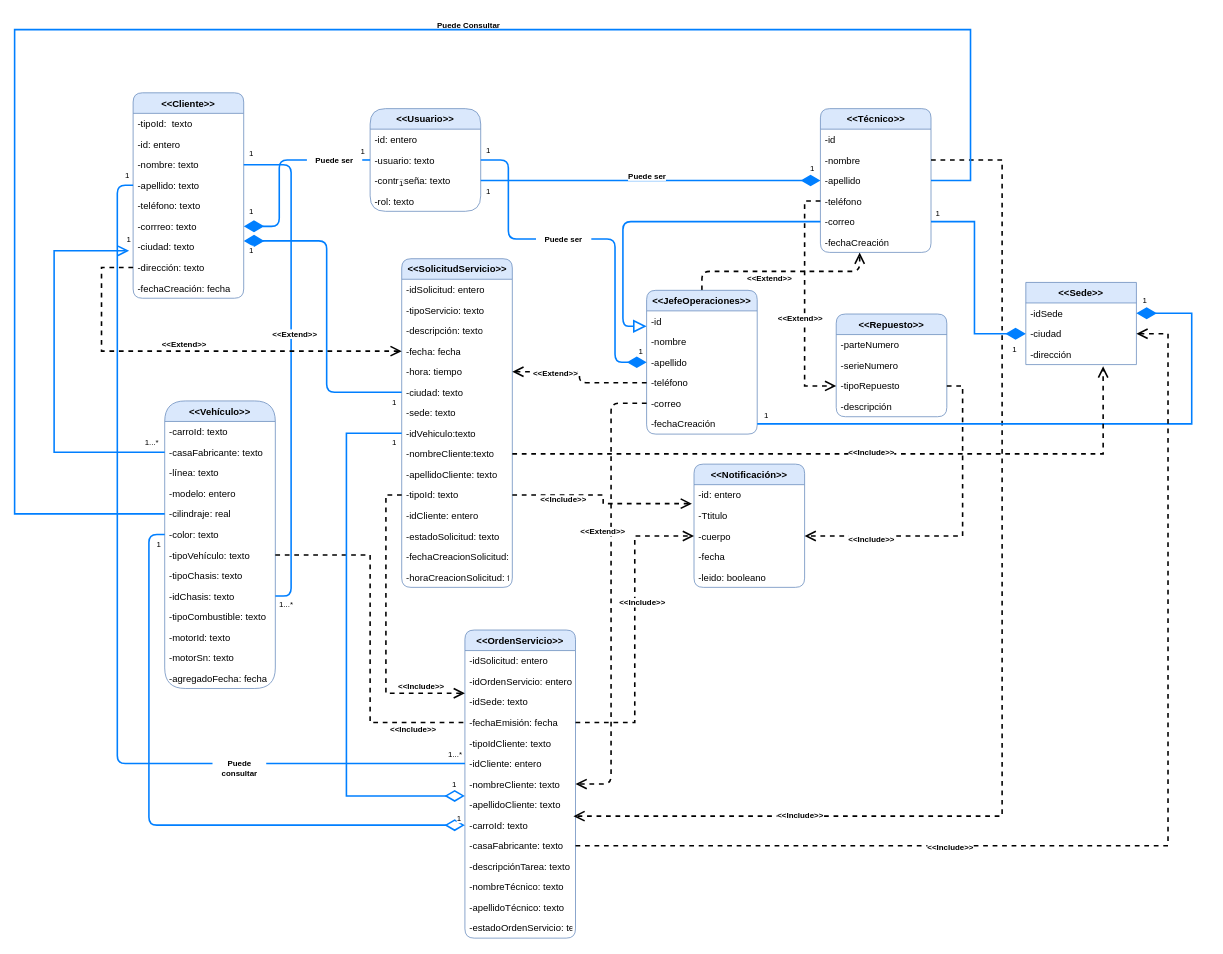
Before: Diagrama_sima.drawio in Equipo9-G10/sima, a draw.io diagram. Source tidied: cells renumbered, new cells numbered last; positions are measured from the earlier drawing's top-left corner, leaving out a move shared by most shapes. Both pictures are drawn from the tidied source at 79%, with x=0, y=0 at pixel (14, 13).
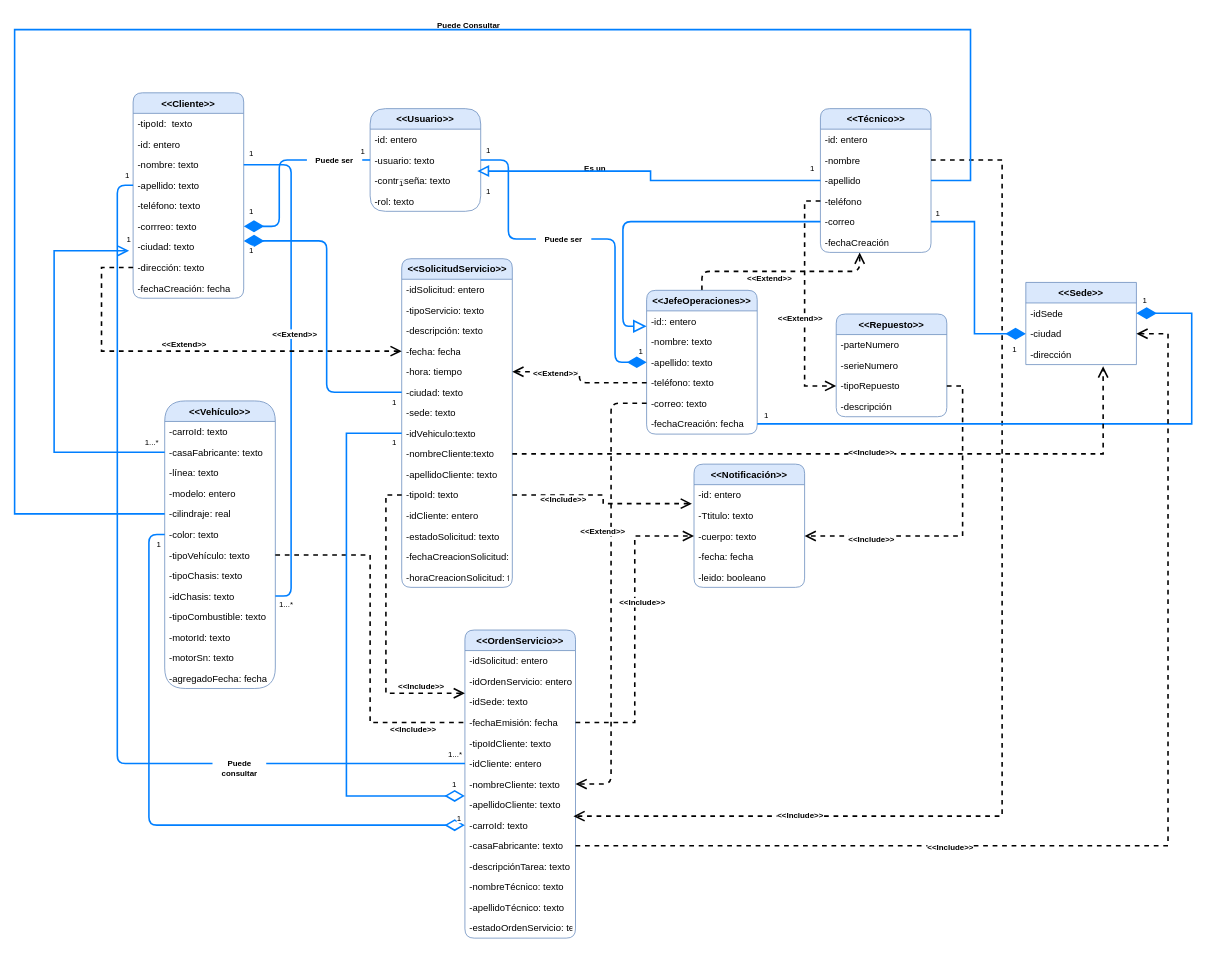
After the change.

Unchanged cells that the change refers to:
```xml
<mxCell id="15" value="-contraseña: texto" style="text;strokeColor=none;fillColor=none;align=left;verticalAlign=top;spacingLeft=4;spacingRight=4;overflow=hidden;points=[[0,0.5],[1,0.5]];portConstraint=eastwest;rounded=1;" parent="12" vertex="1">
  <mxGeometry y="78" width="140" height="26" as="geometry" />
</mxCell>
<mxCell id="21" value="&lt;&lt;JefeOperaciones&gt;&gt;" style="swimlane;fontStyle=1;horizontal=1;startSize=26;fillColor=#dae8fc;rounded=1;labelBackgroundColor=none;fontSize=12;strokeColor=#6c8ebf;" parent="1" vertex="1">
  <mxGeometry x="800" y="350" width="140" height="182" as="geometry" />
</mxCell>
<mxCell id="29" value="&lt;b&gt;&lt;font style=&quot;font-size: 12px;&quot;&gt;&amp;lt;&amp;lt;Técnico&amp;gt;&amp;gt;&lt;/font&gt;&lt;/b&gt;" style="swimlane;fontStyle=0;horizontal=1;startSize=26;fillColor=#dae8fc;rounded=1;labelBackgroundColor=none;fontSize=10;strokeColor=#6c8ebf;html=1;" parent="1" vertex="1">
  <mxGeometry x="1020" y="120" width="140" height="182" as="geometry" />
</mxCell>
<mxCell id="32" value="-apellido" style="text;strokeColor=none;fillColor=none;align=left;verticalAlign=top;spacingLeft=4;spacingRight=4;overflow=hidden;points=[[0,0.5],[1,0.5]];portConstraint=eastwest;rounded=1;labelBackgroundColor=none;fontSize=12;html=1;" parent="29" vertex="1">
  <mxGeometry y="78" width="140" height="26" as="geometry" />
</mxCell>
<mxCell id="105" value="&lt;&lt;Notificación&gt;&gt;" style="swimlane;fontStyle=1;horizontal=1;startSize=26;fillColor=#dae8fc;rounded=1;glass=0;fontSize=12;strokeColor=#6c8ebf;" parent="1" vertex="1">
  <mxGeometry x="860" y="570" width="140" height="156" as="geometry" />
</mxCell>
```

Change to the diagram source:
```diff
@@
-    <mxCell id="22" value="-id" style="text;strokeColor=none;fillColor=none;align=left;verticalAlign=top;spacingLeft=4;spacingRight=4;overflow=hidden;rounded=1;labelBackgroundColor=default;fontSize=12;" parent="21" vertex="1">
+    <mxCell id="22" value="-id:: entero" style="text;strokeColor=none;fillColor=none;align=left;verticalAlign=top;spacingLeft=4;spacingRight=4;overflow=hidden;rounded=1;labelBackgroundColor=default;fontSize=12;" parent="21" vertex="1">
       <mxGeometry y="26" width="140" height="26" as="geometry" />
     </mxCell>
-    <mxCell id="23" value="-nombre" style="text;strokeColor=none;fillColor=none;align=left;verticalAlign=top;spacingLeft=4;spacingRight=4;overflow=hidden;rounded=1;labelBackgroundColor=default;fontSize=12;" parent="21" vertex="1">
+    <mxCell id="23" value="-nombre: texto" style="text;strokeColor=none;fillColor=none;align=left;verticalAlign=top;spacingLeft=4;spacingRight=4;overflow=hidden;rounded=1;labelBackgroundColor=default;fontSize=12;" parent="21" vertex="1">
       <mxGeometry y="52" width="140" height="26" as="geometry" />
     </mxCell>
-    <mxCell id="24" value="-apellido" style="text;strokeColor=none;fillColor=none;align=left;verticalAlign=top;spacingLeft=4;spacingRight=4;overflow=hidden;points=[[0,0.5],[1,0.5]];portConstraint=eastwest;rounded=1;labelBackgroundColor=default;fontSize=12;" parent="21" vertex="1">
+    <mxCell id="24" value="-apellido: texto" style="text;strokeColor=none;fillColor=none;align=left;verticalAlign=top;spacingLeft=4;spacingRight=4;overflow=hidden;points=[[0,0.5],[1,0.5]];portConstraint=eastwest;rounded=1;labelBackgroundColor=default;fontSize=12;" parent="21" vertex="1">
       <mxGeometry y="78" width="140" height="26" as="geometry" />
     </mxCell>
-    <mxCell id="25" value="-teléfono" style="text;strokeColor=none;fillColor=none;align=left;verticalAlign=top;spacingLeft=4;spacingRight=4;overflow=hidden;points=[[0,0.5],[1,0.5]];portConstraint=eastwest;rounded=1;labelBackgroundColor=default;fontSize=12;" parent="21" vertex="1">
+    <mxCell id="25" value="-teléfono: texto" style="text;strokeColor=none;fillColor=none;align=left;verticalAlign=top;spacingLeft=4;spacingRight=4;overflow=hidden;points=[[0,0.5],[1,0.5]];portConstraint=eastwest;rounded=1;labelBackgroundColor=default;fontSize=12;" parent="21" vertex="1">
       <mxGeometry y="104" width="140" height="26" as="geometry" />
     </mxCell>
-    <mxCell id="26" value="-correo" style="text;strokeColor=none;fillColor=none;align=left;verticalAlign=top;spacingLeft=4;spacingRight=4;overflow=hidden;points=[[0,0.5],[1,0.5]];portConstraint=eastwest;rounded=1;labelBackgroundColor=default;fontSize=12;" parent="21" vertex="1">
+    <mxCell id="26" value="-correo: texto" style="text;strokeColor=none;fillColor=none;align=left;verticalAlign=top;spacingLeft=4;spacingRight=4;overflow=hidden;points=[[0,0.5],[1,0.5]];portConstraint=eastwest;rounded=1;labelBackgroundColor=default;fontSize=12;" parent="21" vertex="1">
       <mxGeometry y="130" width="140" height="26" as="geometry" />
     </mxCell>
-    <mxCell id="27" value="-fechaCreación" style="text;strokeColor=none;fillColor=none;align=left;verticalAlign=top;spacingLeft=4;spacingRight=4;overflow=hidden;points=[[0,0.5],[1,0.5]];portConstraint=eastwest;rounded=1;labelBackgroundColor=default;fontSize=12;" parent="21" vertex="1">
+    <mxCell id="27" value="-fechaCreación: fecha" style="text;strokeColor=none;fillColor=none;align=left;verticalAlign=top;spacingLeft=4;spacingRight=4;overflow=hidden;points=[[0,0.5],[1,0.5]];portConstraint=eastwest;rounded=1;labelBackgroundColor=default;fontSize=12;" parent="21" vertex="1">
       <mxGeometry y="156" width="140" height="26" as="geometry" />
     </mxCell>
@@
-    <mxCell id="30" value="-id" style="text;strokeColor=none;fillColor=none;align=left;verticalAlign=top;spacingLeft=4;spacingRight=4;overflow=hidden;rounded=1;labelBackgroundColor=none;fontSize=12;html=1;" parent="29" vertex="1">
+    <mxCell id="30" value="-id: entero" style="text;strokeColor=none;fillColor=none;align=left;verticalAlign=top;spacingLeft=4;spacingRight=4;overflow=hidden;rounded=1;labelBackgroundColor=none;fontSize=12;html=1;" parent="29" vertex="1">
       <mxGeometry y="26" width="140" height="26" as="geometry" />
     </mxCell>
@@
-    <mxCell id="36" style="edgeStyle=orthogonalEdgeStyle;curved=1;rounded=1;jettySize=auto;html=1;exitX=1;exitY=0.5;exitDx=0;exitDy=0;entryX=0;entryY=0.5;entryDx=0;entryDy=0;fontSize=12;endArrow=diamondThin;endFill=1;endSize=19;strokeColor=#007FFF;strokeWidth=2;" parent="1" edge="1" source="15" target="32">
-      <mxGeometry relative="1" as="geometry" />
-    </mxCell>
-    <mxCell id="37" value="Puede ser" style="rounded=1;fontSize=10;strokeColor=none;fillColor=none;fontStyle=1;labelBackgroundColor=default;html=1;whiteSpace=wrap;" parent="1" vertex="1">
-      <mxGeometry x="766" y="190" width="70" height="30" as="geometry" />
+    <mxCell id="37" value="Es un" style="rounded=1;fontSize=10;strokeColor=none;fillColor=none;fontStyle=1;labelBackgroundColor=default;html=1;whiteSpace=wrap;" parent="1" vertex="1">
+      <mxGeometry x="700" y="180" width="70" height="30" as="geometry" />
     </mxCell>
@@
-    <mxCell id="107" value="-Ttitulo" style="text;strokeColor=none;fillColor=none;align=left;verticalAlign=top;spacingLeft=4;spacingRight=4;overflow=hidden;rounded=1;glass=0;fontSize=12;" parent="105" vertex="1">
+    <mxCell id="107" value="-Ttitulo: texto" style="text;strokeColor=none;fillColor=none;align=left;verticalAlign=top;spacingLeft=4;spacingRight=4;overflow=hidden;rounded=1;glass=0;fontSize=12;" parent="105" vertex="1">
       <mxGeometry y="52" width="140" height="26" as="geometry" />
     </mxCell>
-    <mxCell id="108" value="-cuerpo" style="text;strokeColor=none;fillColor=none;align=left;verticalAlign=top;spacingLeft=4;spacingRight=4;overflow=hidden;points=[[0,0.5],[1,0.5]];portConstraint=eastwest;rounded=1;glass=0;fontSize=12;" parent="105" vertex="1">
+    <mxCell id="108" value="-cuerpo: texto" style="text;strokeColor=none;fillColor=none;align=left;verticalAlign=top;spacingLeft=4;spacingRight=4;overflow=hidden;points=[[0,0.5],[1,0.5]];portConstraint=eastwest;rounded=1;glass=0;fontSize=12;" parent="105" vertex="1">
       <mxGeometry y="78" width="140" height="26" as="geometry" />
     </mxCell>
-    <mxCell id="109" value="-fecha" style="text;strokeColor=none;fillColor=none;align=left;verticalAlign=top;spacingLeft=4;spacingRight=4;overflow=hidden;rounded=1;glass=0;fontSize=12;" parent="105" vertex="1">
+    <mxCell id="109" value="-fecha: fecha" style="text;strokeColor=none;fillColor=none;align=left;verticalAlign=top;spacingLeft=4;spacingRight=4;overflow=hidden;rounded=1;glass=0;fontSize=12;" parent="105" vertex="1">
       <mxGeometry y="104" width="140" height="26" as="geometry" />
     </mxCell>
@@
+    <mxCell id="161" style="edgeStyle=orthogonalEdgeStyle;rounded=0;jettySize=auto;html=1;exitX=0;exitY=0.5;exitDx=0;exitDy=0;entryX=0.968;entryY=0.041;entryDx=0;entryDy=0;entryPerimeter=0;endArrow=block;endFill=0;endSize=10;strokeColor=#007FFF;strokeWidth=2;" parent="1" edge="1" source="32" target="15">
+      <mxGeometry relative="1" as="geometry" />
+    </mxCell>
```
